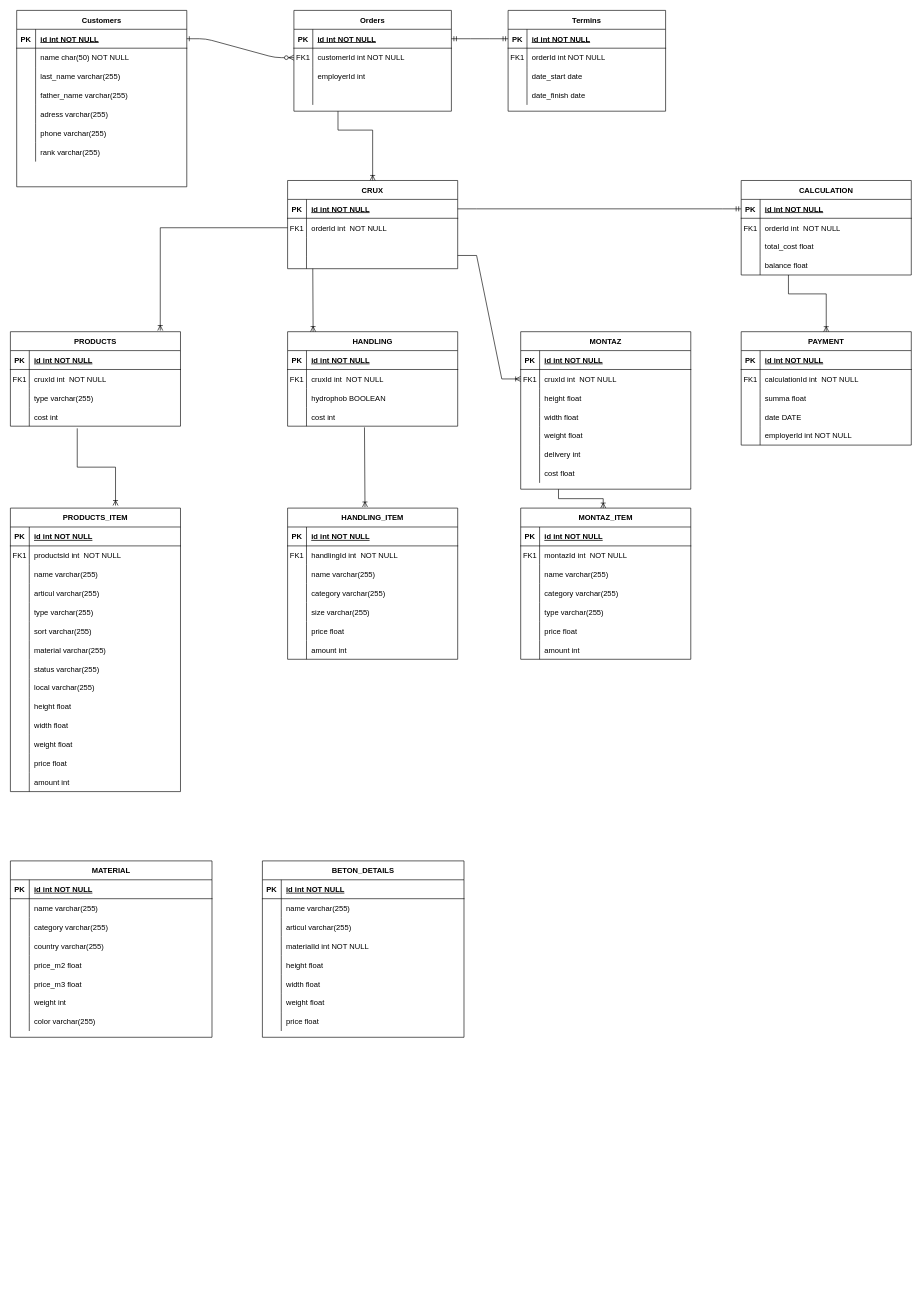
This is page "Page-1" (1 of 2) of Untitled Diagram.drawio from Tirpitztt/Dogs, a draw.io file, before an edit. Source tidied: cells renumbered, new cells numbered last; positions are measured from the earlier drawing's top-left corner, leaving out a move shared by most shapes. Both pictures are drawn from the tidied source at 63%, with x=0, y=0 at pixel (10, 10).
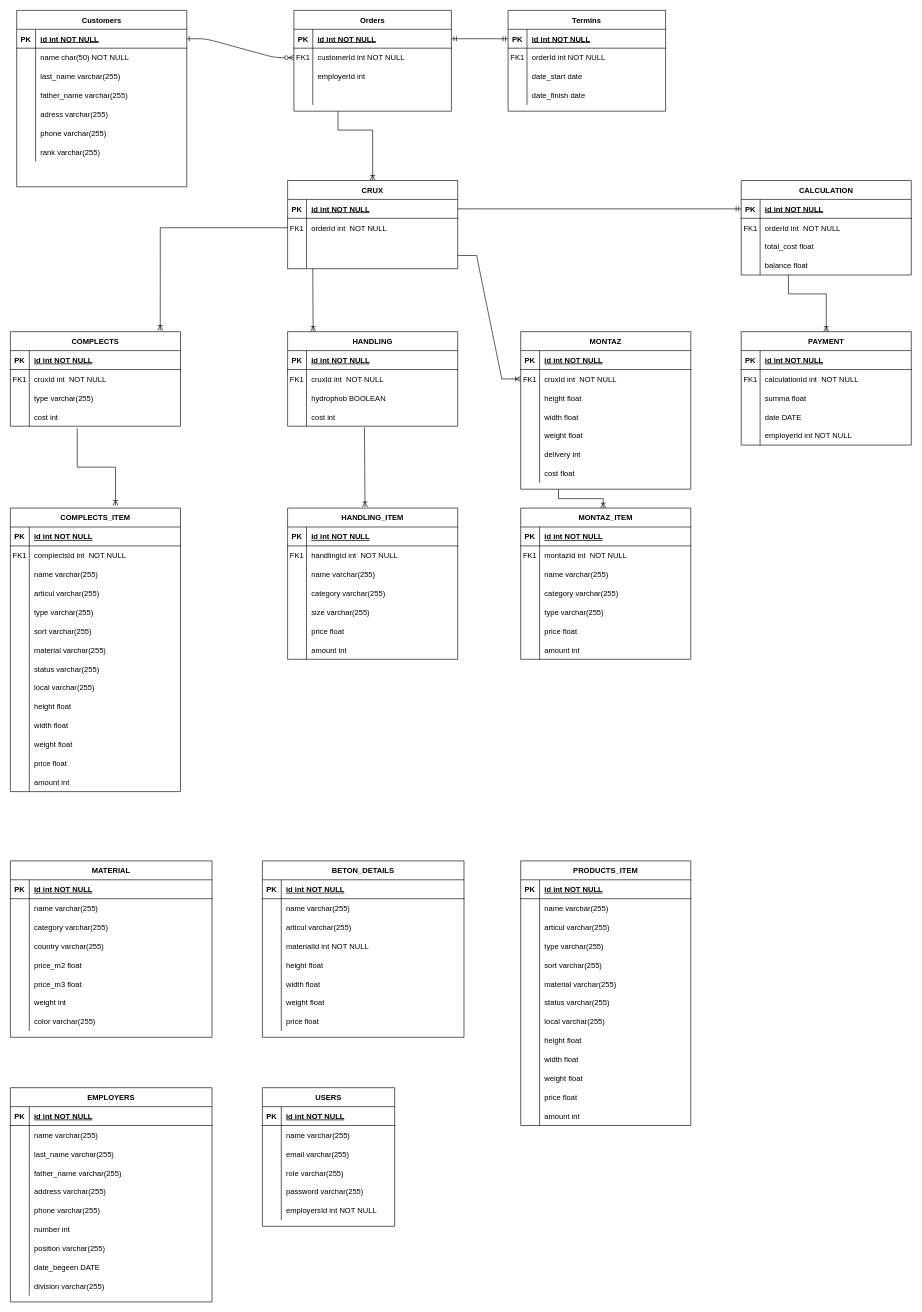
Above is the later version.

The change refers to these unchanged cells:
```xml
<mxCell id="146" style="shape=partialRectangle;fillColor=none;top=0;left=0;right=0;bottom=0;" parent="142" vertex="1">
  <mxGeometry y="60" width="270" height="30" as="geometry" />
</mxCell>
```

Change to the diagram source:
```diff
@@
-    <mxCell id="65" value="PRODUCTS" style="shape=table;startSize=30;childLayout=tableLayout;rowLines=0;fontStyle=1;align=center;" parent="1" vertex="1">
+    <mxCell id="65" value="COMPLECTS" style="shape=table;startSize=30;childLayout=tableLayout;rowLines=0;fontStyle=1;align=center;" parent="1" vertex="1">
       <mxGeometry y="510" width="270" height="150" as="geometry" />
     </mxCell>
@@
-    <mxCell id="142" value="PRODUCTS_ITEM" style="shape=table;startSize=30;childLayout=tableLayout;rowLines=0;fontStyle=1;align=center;" parent="1" vertex="1">
+    <mxCell id="142" value="COMPLECTS_ITEM" style="shape=table;startSize=30;childLayout=tableLayout;rowLines=0;fontStyle=1;align=center;" parent="1" vertex="1">
       <mxGeometry y="790" width="270" height="450" as="geometry" />
     </mxCell>
@@
-    <mxCell id="148" value="productsId int  NOT NULL" style="shape=partialRectangle;overflow=hidden;fillColor=none;top=0;left=0;bottom=0;right=0;align=left;spacingLeft=6;" parent="146" vertex="1">
+    <mxCell id="148" value="complectsId int  NOT NULL" style="shape=partialRectangle;overflow=hidden;fillColor=none;top=0;left=0;bottom=0;right=0;align=left;spacingLeft=6;" parent="146" vertex="1">
       <mxGeometry x="30" width="240" height="30" as="geometry" />
     </mxCell>
@@
+    <mxCell id="288" value="PRODUCTS_ITEM" style="shape=table;startSize=30;childLayout=tableLayout;rowLines=0;fontStyle=1;align=center;" parent="1" vertex="1">
+      <mxGeometry x="810" y="1350" width="270" height="420" as="geometry" />
+    </mxCell>
+    <mxCell id="289" style="shape=partialRectangle;fillColor=none;top=0;left=0;right=0;bottom=1;" parent="288" vertex="1">
+      <mxGeometry y="30" width="270" height="30" as="geometry" />
+    </mxCell>
+    <mxCell id="290" value="PK" style="shape=partialRectangle;overflow=hidden;fillColor=none;top=0;left=0;bottom=0;right=0;fontStyle=1;" parent="289" vertex="1">
+      <mxGeometry width="30" height="30" as="geometry" />
+    </mxCell>
+    <mxCell id="291" value="id int NOT NULL " style="shape=partialRectangle;overflow=hidden;fillColor=none;top=0;left=0;bottom=0;right=0;align=left;spacingLeft=6;fontStyle=5;" parent="289" vertex="1">
+      <mxGeometry x="30" width="240" height="30" as="geometry" />
+    </mxCell>
+    <mxCell id="292" style="shape=partialRectangle;fillColor=none;top=0;left=0;right=0;bottom=0;" parent="288" vertex="1">
+      <mxGeometry y="60" width="270" height="30" as="geometry" />
+    </mxCell>
+    <mxCell id="293" style="shape=partialRectangle;overflow=hidden;fillColor=none;top=0;left=0;bottom=0;right=0;" parent="292" vertex="1">
+      <mxGeometry width="30" height="30" as="geometry" />
+    </mxCell>
+    <mxCell id="294" value="name varchar(255)" style="shape=partialRectangle;overflow=hidden;fillColor=none;top=0;left=0;bottom=0;right=0;align=left;spacingLeft=6;" parent="292" vertex="1">
+      <mxGeometry x="30" width="240" height="30" as="geometry" />
+    </mxCell>
+    <mxCell id="295" style="shape=partialRectangle;fillColor=none;top=0;left=0;right=0;bottom=0;" parent="288" vertex="1">
+      <mxGeometry y="90" width="270" height="30" as="geometry" />
+    </mxCell>
+    <mxCell id="296" style="shape=partialRectangle;overflow=hidden;fillColor=none;top=0;left=0;bottom=0;right=0;" parent="295" vertex="1">
+      <mxGeometry width="30" height="30" as="geometry" />
+    </mxCell>
+    <mxCell id="297" value="articul varchar(255)" style="shape=partialRectangle;overflow=hidden;fillColor=none;top=0;left=0;bottom=0;right=0;align=left;spacingLeft=6;" parent="295" vertex="1">
+      <mxGeometry x="30" width="240" height="30" as="geometry" />
+    </mxCell>
+    <mxCell id="298" style="shape=partialRectangle;fillColor=none;top=0;left=0;right=0;bottom=0;" parent="288" vertex="1">
+      <mxGeometry y="120" width="270" height="30" as="geometry" />
+    </mxCell>
+    <mxCell id="299" style="shape=partialRectangle;overflow=hidden;fillColor=none;top=0;left=0;bottom=0;right=0;" parent="298" vertex="1">
+      <mxGeometry width="30" height="30" as="geometry" />
+    </mxCell>
+    <mxCell id="300" value="type varchar(255)" style="shape=partialRectangle;overflow=hidden;fillColor=none;top=0;left=0;bottom=0;right=0;align=left;spacingLeft=6;" parent="298" vertex="1">
+      <mxGeometry x="30" width="240" height="30" as="geometry" />
+    </mxCell>
+    <mxCell id="301" style="shape=partialRectangle;fillColor=none;top=0;left=0;right=0;bottom=0;" parent="288" vertex="1">
+      <mxGeometry y="150" width="270" height="30" as="geometry" />
+    </mxCell>
+    <mxCell id="302" style="shape=partialRectangle;overflow=hidden;fillColor=none;top=0;left=0;bottom=0;right=0;" parent="301" vertex="1">
+      <mxGeometry width="30" height="30" as="geometry" />
+    </mxCell>
+    <mxCell id="303" value="sort varchar(255)" style="shape=partialRectangle;overflow=hidden;fillColor=none;top=0;left=0;bottom=0;right=0;align=left;spacingLeft=6;" parent="301" vertex="1">
+      <mxGeometry x="30" width="240" height="30" as="geometry" />
+    </mxCell>
+    <mxCell id="304" style="shape=partialRectangle;fillColor=none;top=0;left=0;right=0;bottom=0;" parent="288" vertex="1">
+      <mxGeometry y="180" width="270" height="30" as="geometry" />
+    </mxCell>
+    <mxCell id="305" style="shape=partialRectangle;overflow=hidden;fillColor=none;top=0;left=0;bottom=0;right=0;" parent="304" vertex="1">
+      <mxGeometry width="30" height="30" as="geometry" />
+    </mxCell>
+    <mxCell id="306" value="material varchar(255)" style="shape=partialRectangle;overflow=hidden;fillColor=none;top=0;left=0;bottom=0;right=0;align=left;spacingLeft=6;" parent="304" vertex="1">
+      <mxGeometry x="30" width="240" height="30" as="geometry" />
+    </mxCell>
+    <mxCell id="307" style="shape=partialRectangle;fillColor=none;top=0;left=0;right=0;bottom=0;" parent="288" vertex="1">
+      <mxGeometry y="210" width="270" height="30" as="geometry" />
+    </mxCell>
+    <mxCell id="308" style="shape=partialRectangle;overflow=hidden;fillColor=none;top=0;left=0;bottom=0;right=0;" parent="307" vertex="1">
+      <mxGeometry width="30" height="30" as="geometry" />
+    </mxCell>
+    <mxCell id="309" value="status varchar(255)" style="shape=partialRectangle;overflow=hidden;fillColor=none;top=0;left=0;bottom=0;right=0;align=left;spacingLeft=6;" parent="307" vertex="1">
+      <mxGeometry x="30" width="240" height="30" as="geometry" />
+    </mxCell>
+    <mxCell id="310" style="shape=partialRectangle;fillColor=none;top=0;left=0;right=0;bottom=0;" parent="288" vertex="1">
+      <mxGeometry y="240" width="270" height="30" as="geometry" />
+    </mxCell>
+    <mxCell id="311" style="shape=partialRectangle;overflow=hidden;fillColor=none;top=0;left=0;bottom=0;right=0;" parent="310" vertex="1">
+      <mxGeometry width="30" height="30" as="geometry" />
+    </mxCell>
+    <mxCell id="312" value="local varchar(255)" style="shape=partialRectangle;overflow=hidden;fillColor=none;top=0;left=0;bottom=0;right=0;align=left;spacingLeft=6;" parent="310" vertex="1">
+      <mxGeometry x="30" width="240" height="30" as="geometry" />
+    </mxCell>
+    <mxCell id="313" style="shape=partialRectangle;fillColor=none;top=0;left=0;right=0;bottom=0;" parent="288" vertex="1">
+      <mxGeometry y="270" width="270" height="30" as="geometry" />
+    </mxCell>
+    <mxCell id="314" style="shape=partialRectangle;overflow=hidden;fillColor=none;top=0;left=0;bottom=0;right=0;" parent="313" vertex="1">
+      <mxGeometry width="30" height="30" as="geometry" />
+    </mxCell>
+    <mxCell id="315" value="height float" style="shape=partialRectangle;overflow=hidden;fillColor=none;top=0;left=0;bottom=0;right=0;align=left;spacingLeft=6;" parent="313" vertex="1">
+      <mxGeometry x="30" width="240" height="30" as="geometry" />
+    </mxCell>
+    <mxCell id="316" style="shape=partialRectangle;fillColor=none;top=0;left=0;right=0;bottom=0;" parent="288" vertex="1">
+      <mxGeometry y="300" width="270" height="30" as="geometry" />
+    </mxCell>
+    <mxCell id="317" style="shape=partialRectangle;overflow=hidden;fillColor=none;top=0;left=0;bottom=0;right=0;" parent="316" vertex="1">
+      <mxGeometry width="30" height="30" as="geometry" />
+    </mxCell>
+    <mxCell id="318" value="width float" style="shape=partialRectangle;overflow=hidden;fillColor=none;top=0;left=0;bottom=0;right=0;align=left;spacingLeft=6;" parent="316" vertex="1">
+      <mxGeometry x="30" width="240" height="30" as="geometry" />
+    </mxCell>
+    <mxCell id="319" style="shape=partialRectangle;fillColor=none;top=0;left=0;right=0;bottom=0;" parent="288" vertex="1">
+      <mxGeometry y="330" width="270" height="30" as="geometry" />
+    </mxCell>
+    <mxCell id="320" style="shape=partialRectangle;overflow=hidden;fillColor=none;top=0;left=0;bottom=0;right=0;" parent="319" vertex="1">
+      <mxGeometry width="30" height="30" as="geometry" />
+    </mxCell>
+    <mxCell id="321" value="weight float" style="shape=partialRectangle;overflow=hidden;fillColor=none;top=0;left=0;bottom=0;right=0;align=left;spacingLeft=6;" parent="319" vertex="1">
+      <mxGeometry x="30" width="240" height="30" as="geometry" />
+    </mxCell>
+    <mxCell id="322" style="shape=partialRectangle;fillColor=none;top=0;left=0;right=0;bottom=0;" parent="288" vertex="1">
+      <mxGeometry y="360" width="270" height="30" as="geometry" />
+    </mxCell>
+    <mxCell id="323" style="shape=partialRectangle;overflow=hidden;fillColor=none;top=0;left=0;bottom=0;right=0;" parent="322" vertex="1">
+      <mxGeometry width="30" height="30" as="geometry" />
+    </mxCell>
+    <mxCell id="324" value="price float" style="shape=partialRectangle;overflow=hidden;fillColor=none;top=0;left=0;bottom=0;right=0;align=left;spacingLeft=6;" parent="322" vertex="1">
+      <mxGeometry x="30" width="240" height="30" as="geometry" />
+    </mxCell>
+    <mxCell id="325" style="shape=partialRectangle;fillColor=none;top=0;left=0;right=0;bottom=0;" parent="288" vertex="1">
+      <mxGeometry y="390" width="270" height="30" as="geometry" />
+    </mxCell>
+    <mxCell id="326" style="shape=partialRectangle;overflow=hidden;fillColor=none;top=0;left=0;bottom=0;right=0;" parent="325" vertex="1">
+      <mxGeometry width="30" height="30" as="geometry" />
+    </mxCell>
+    <mxCell id="327" value="amount int" style="shape=partialRectangle;overflow=hidden;fillColor=none;top=0;left=0;bottom=0;right=0;align=left;spacingLeft=6;" parent="325" vertex="1">
+      <mxGeometry x="30" width="240" height="30" as="geometry" />
+    </mxCell>
+    <mxCell id="328" value="EMPLOYERS" style="shape=table;startSize=30;childLayout=tableLayout;rowLines=0;fontStyle=1;align=center;" parent="1" vertex="1">
+      <mxGeometry y="1710" width="320" height="340" as="geometry" />
+    </mxCell>
+    <mxCell id="329" style="shape=partialRectangle;fillColor=none;top=0;left=0;bottom=1;right=0;" parent="328" vertex="1">
+      <mxGeometry y="30" width="320" height="30" as="geometry" />
+    </mxCell>
+    <mxCell id="330" value="PK" style="shape=partialRectangle;fillColor=none;top=0;left=0;bottom=0;right=0;fontStyle=1;overflow=hidden;" parent="329" vertex="1">
+      <mxGeometry width="30" height="30" as="geometry" />
+    </mxCell>
+    <mxCell id="331" value="id int NOT NULL" style="shape=partialRectangle;fillColor=none;top=0;left=0;bottom=0;right=0;align=left;spacingLeft=6;fontStyle=5;overflow=hidden;" parent="329" vertex="1">
+      <mxGeometry x="30" width="290" height="30" as="geometry" />
+    </mxCell>
+    <mxCell id="332" style="shape=partialRectangle;fillColor=none;top=0;left=0;bottom=0;right=0;" parent="328" vertex="1">
+      <mxGeometry y="60" width="320" height="30" as="geometry" />
+    </mxCell>
+    <mxCell id="333" style="shape=partialRectangle;fillColor=none;top=0;left=0;bottom=0;right=0;overflow=hidden;" parent="332" vertex="1">
+      <mxGeometry width="30" height="30" as="geometry" />
+    </mxCell>
+    <mxCell id="334" value="name varchar(255)" style="shape=partialRectangle;fillColor=none;top=0;left=0;bottom=0;right=0;align=left;spacingLeft=6;overflow=hidden;" parent="332" vertex="1">
+      <mxGeometry x="30" width="290" height="30" as="geometry" />
+    </mxCell>
+    <mxCell id="335" style="shape=partialRectangle;fillColor=none;top=0;left=0;bottom=0;right=0;" parent="328" vertex="1">
+      <mxGeometry y="90" width="320" height="30" as="geometry" />
+    </mxCell>
+    <mxCell id="336" style="shape=partialRectangle;fillColor=none;top=0;left=0;bottom=0;right=0;overflow=hidden;" parent="335" vertex="1">
+      <mxGeometry width="30" height="30" as="geometry" />
+    </mxCell>
+    <mxCell id="337" value="last_name varchar(255)" style="shape=partialRectangle;fillColor=none;top=0;left=0;bottom=0;right=0;align=left;spacingLeft=6;overflow=hidden;" parent="335" vertex="1">
+      <mxGeometry x="30" width="290" height="30" as="geometry" />
+    </mxCell>
+    <mxCell id="338" style="shape=partialRectangle;fillColor=none;top=0;left=0;bottom=0;right=0;" parent="328" vertex="1">
+      <mxGeometry y="120" width="320" height="30" as="geometry" />
+    </mxCell>
+    <mxCell id="339" style="shape=partialRectangle;fillColor=none;top=0;left=0;bottom=0;right=0;overflow=hidden;" parent="338" vertex="1">
+      <mxGeometry width="30" height="30" as="geometry" />
+    </mxCell>
+    <mxCell id="340" value="father_name varchar(255)" style="shape=partialRectangle;fillColor=none;top=0;left=0;bottom=0;right=0;align=left;spacingLeft=6;overflow=hidden;" parent="338" vertex="1">
+      <mxGeometry x="30" width="290" height="30" as="geometry" />
+    </mxCell>
+    <mxCell id="341" style="shape=partialRectangle;fillColor=none;top=0;left=0;bottom=0;right=0;" parent="328" vertex="1">
+      <mxGeometry y="150" width="320" height="30" as="geometry" />
+    </mxCell>
+    <mxCell id="342" style="shape=partialRectangle;fillColor=none;top=0;left=0;bottom=0;right=0;overflow=hidden;" parent="341" vertex="1">
+      <mxGeometry width="30" height="30" as="geometry" />
+    </mxCell>
+    <mxCell id="343" value="address varchar(255)" style="shape=partialRectangle;fillColor=none;top=0;left=0;bottom=0;right=0;align=left;spacingLeft=6;overflow=hidden;" parent="341" vertex="1">
+      <mxGeometry x="30" width="290" height="30" as="geometry" />
+    </mxCell>
+    <mxCell id="344" style="shape=partialRectangle;fillColor=none;top=0;left=0;bottom=0;right=0;" parent="328" vertex="1">
+      <mxGeometry y="180" width="320" height="30" as="geometry" />
+    </mxCell>
+    <mxCell id="345" style="shape=partialRectangle;fillColor=none;top=0;left=0;bottom=0;right=0;overflow=hidden;" parent="344" vertex="1">
+      <mxGeometry width="30" height="30" as="geometry" />
+    </mxCell>
+    <mxCell id="346" value="phone varchar(255)" style="shape=partialRectangle;fillColor=none;top=0;left=0;bottom=0;right=0;align=left;spacingLeft=6;overflow=hidden;" parent="344" vertex="1">
+      <mxGeometry x="30" width="290" height="30" as="geometry" />
+    </mxCell>
+    <mxCell id="347" style="shape=partialRectangle;fillColor=none;top=0;left=0;bottom=0;right=0;" parent="328" vertex="1">
+      <mxGeometry y="210" width="320" height="30" as="geometry" />
+    </mxCell>
+    <mxCell id="348" style="shape=partialRectangle;fillColor=none;top=0;left=0;bottom=0;right=0;overflow=hidden;" parent="347" vertex="1">
+      <mxGeometry width="30" height="30" as="geometry" />
+    </mxCell>
+    <mxCell id="349" value="number int" style="shape=partialRectangle;fillColor=none;top=0;left=0;bottom=0;right=0;align=left;spacingLeft=6;overflow=hidden;" parent="347" vertex="1">
+      <mxGeometry x="30" width="290" height="30" as="geometry" />
+    </mxCell>
+    <mxCell id="350" style="shape=partialRectangle;fillColor=none;top=0;left=0;bottom=0;right=0;" parent="328" vertex="1">
+      <mxGeometry y="240" width="320" height="30" as="geometry" />
+    </mxCell>
+    <mxCell id="351" style="shape=partialRectangle;fillColor=none;top=0;left=0;bottom=0;right=0;overflow=hidden;" parent="350" vertex="1">
+      <mxGeometry width="30" height="30" as="geometry" />
+    </mxCell>
+    <mxCell id="352" value="position varchar(255)" style="shape=partialRectangle;fillColor=none;top=0;left=0;bottom=0;right=0;align=left;spacingLeft=6;overflow=hidden;" parent="350" vertex="1">
+      <mxGeometry x="30" width="290" height="30" as="geometry" />
+    </mxCell>
+    <mxCell id="353" style="shape=partialRectangle;fillColor=none;top=0;left=0;bottom=0;right=0;" parent="328" vertex="1">
+      <mxGeometry y="270" width="320" height="30" as="geometry" />
+    </mxCell>
+    <mxCell id="354" style="shape=partialRectangle;fillColor=none;top=0;left=0;bottom=0;right=0;overflow=hidden;" parent="353" vertex="1">
+      <mxGeometry width="30" height="30" as="geometry" />
+    </mxCell>
+    <mxCell id="355" value="date_begeen DATE" style="shape=partialRectangle;fillColor=none;top=0;left=0;bottom=0;right=0;align=left;spacingLeft=6;overflow=hidden;" parent="353" vertex="1">
+      <mxGeometry x="30" width="290" height="30" as="geometry" />
+    </mxCell>
+    <mxCell id="356" style="shape=partialRectangle;fillColor=none;top=0;left=0;bottom=0;right=0;" parent="328" vertex="1">
+      <mxGeometry y="300" width="320" height="30" as="geometry" />
+    </mxCell>
+    <mxCell id="357" style="shape=partialRectangle;fillColor=none;top=0;left=0;bottom=0;right=0;overflow=hidden;" parent="356" vertex="1">
+      <mxGeometry width="30" height="30" as="geometry" />
+    </mxCell>
+    <mxCell id="358" value="division varchar(255)" style="shape=partialRectangle;fillColor=none;top=0;left=0;bottom=0;right=0;align=left;spacingLeft=6;overflow=hidden;" parent="356" vertex="1">
+      <mxGeometry x="30" width="290" height="30" as="geometry" />
+    </mxCell>
+    <mxCell id="359" value="USERS" style="shape=table;startSize=30;childLayout=tableLayout;rowLines=0;fontStyle=1;align=center;" parent="1" vertex="1">
+      <mxGeometry x="400" y="1710" width="210" height="220" as="geometry" />
+    </mxCell>
+    <mxCell id="360" style="shape=partialRectangle;fillColor=none;top=0;left=0;bottom=1;right=0;" parent="359" vertex="1">
+      <mxGeometry y="30" width="210" height="30" as="geometry" />
+    </mxCell>
+    <mxCell id="361" value="PK" style="shape=partialRectangle;fillColor=none;top=0;left=0;bottom=0;right=0;fontStyle=1;overflow=hidden;" parent="360" vertex="1">
+      <mxGeometry width="30" height="30" as="geometry" />
+    </mxCell>
+    <mxCell id="362" value="id int NOT NULL" style="shape=partialRectangle;fillColor=none;top=0;left=0;bottom=0;right=0;align=left;spacingLeft=6;fontStyle=5;overflow=hidden;" parent="360" vertex="1">
+      <mxGeometry x="30" width="180" height="30" as="geometry" />
+    </mxCell>
+    <mxCell id="363" style="shape=partialRectangle;fillColor=none;top=0;left=0;bottom=0;right=0;" parent="359" vertex="1">
+      <mxGeometry y="60" width="210" height="30" as="geometry" />
+    </mxCell>
+    <mxCell id="364" style="shape=partialRectangle;fillColor=none;top=0;left=0;bottom=0;right=0;overflow=hidden;" parent="363" vertex="1">
+      <mxGeometry width="30" height="30" as="geometry" />
+    </mxCell>
+    <mxCell id="365" value="name varchar(255)" style="shape=partialRectangle;fillColor=none;top=0;left=0;bottom=0;right=0;align=left;spacingLeft=6;overflow=hidden;" parent="363" vertex="1">
+      <mxGeometry x="30" width="180" height="30" as="geometry" />
+    </mxCell>
+    <mxCell id="366" style="shape=partialRectangle;fillColor=none;top=0;left=0;bottom=0;right=0;" parent="359" vertex="1">
+      <mxGeometry y="90" width="210" height="30" as="geometry" />
+    </mxCell>
+    <mxCell id="367" style="shape=partialRectangle;fillColor=none;top=0;left=0;bottom=0;right=0;overflow=hidden;" parent="366" vertex="1">
+      <mxGeometry width="30" height="30" as="geometry" />
+    </mxCell>
+    <mxCell id="368" value="email varchar(255)" style="shape=partialRectangle;fillColor=none;top=0;left=0;bottom=0;right=0;align=left;spacingLeft=6;overflow=hidden;" parent="366" vertex="1">
+      <mxGeometry x="30" width="180" height="30" as="geometry" />
+    </mxCell>
+    <mxCell id="369" style="shape=partialRectangle;fillColor=none;top=0;left=0;bottom=0;right=0;" parent="359" vertex="1">
+      <mxGeometry y="120" width="210" height="30" as="geometry" />
+    </mxCell>
+    <mxCell id="370" style="shape=partialRectangle;fillColor=none;top=0;left=0;bottom=0;right=0;overflow=hidden;" parent="369" vertex="1">
+      <mxGeometry width="30" height="30" as="geometry" />
+    </mxCell>
+    <mxCell id="371" value="role varchar(255)" style="shape=partialRectangle;fillColor=none;top=0;left=0;bottom=0;right=0;align=left;spacingLeft=6;overflow=hidden;" parent="369" vertex="1">
+      <mxGeometry x="30" width="180" height="30" as="geometry" />
+    </mxCell>
+    <mxCell id="372" style="shape=partialRectangle;fillColor=none;top=0;left=0;bottom=0;right=0;" parent="359" vertex="1">
+      <mxGeometry y="150" width="210" height="30" as="geometry" />
+    </mxCell>
+    <mxCell id="373" style="shape=partialRectangle;fillColor=none;top=0;left=0;bottom=0;right=0;overflow=hidden;" parent="372" vertex="1">
+      <mxGeometry width="30" height="30" as="geometry" />
+    </mxCell>
+    <mxCell id="374" value="password varchar(255)" style="shape=partialRectangle;fillColor=none;top=0;left=0;bottom=0;right=0;align=left;spacingLeft=6;overflow=hidden;" parent="372" vertex="1">
+      <mxGeometry x="30" width="180" height="30" as="geometry" />
+    </mxCell>
+    <mxCell id="375" style="shape=partialRectangle;fillColor=none;top=0;left=0;bottom=0;right=0;" parent="359" vertex="1">
+      <mxGeometry y="180" width="210" height="30" as="geometry" />
+    </mxCell>
+    <mxCell id="376" style="shape=partialRectangle;fillColor=none;top=0;left=0;bottom=0;right=0;overflow=hidden;" parent="375" vertex="1">
+      <mxGeometry width="30" height="30" as="geometry" />
+    </mxCell>
+    <mxCell id="377" value="employersId int NOT NULL" style="shape=partialRectangle;fillColor=none;top=0;left=0;bottom=0;right=0;align=left;spacingLeft=6;overflow=hidden;" parent="375" vertex="1">
+      <mxGeometry x="30" width="180" height="30" as="geometry" />
+    </mxCell>
```
